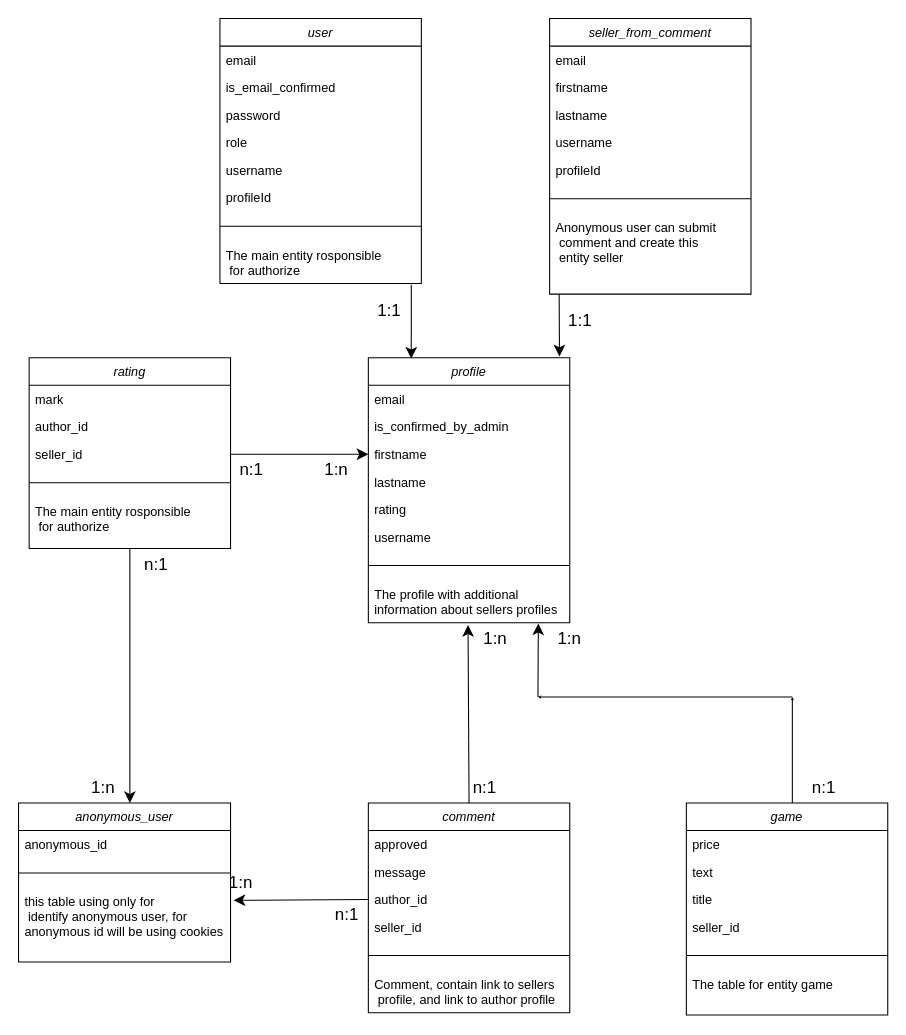
Above: database_structure.drawio in ebndrnk/leverx-final-project (draw.io), before the change. Source tidied: cells renumbered, new cells numbered last; positions are measured from the earlier drawing's top-left corner, leaving out a move shared by most shapes. Both pictures are drawn from the tidied source at 106%, with x=0, y=0 at pixel (18, 18).
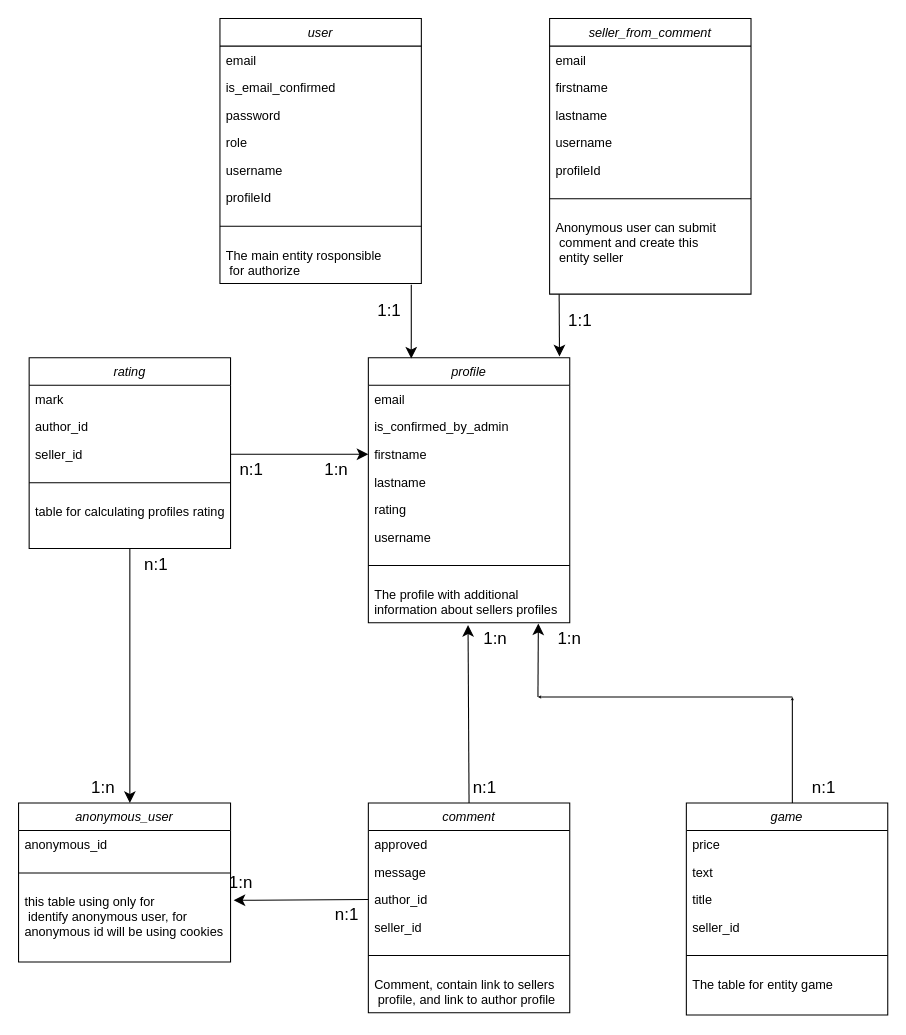
The same diagram, later.

Unchanged cells that the change refers to:
```xml
<mxCell id="61" value="rating" style="swimlane;fontStyle=2;align=center;verticalAlign=top;horizontal=1;startSize=26;rounded=0;shadow=0;strokeWidth=1;" parent="1" vertex="1">
  <mxGeometry x="10" y="320" width="190" height="180" as="geometry" />
</mxCell>
```

Diff of the diagram source:
```diff
@@
-    <mxCell id="66" value="The main entity rosponsible&#10; for authorize" style="text;align=left;verticalAlign=top;spacingLeft=4;spacingRight=4;overflow=hidden;" parent="61" vertex="1">
+    <mxCell id="66" value="table for calculating profiles rating" style="text;align=left;verticalAlign=top;spacingLeft=4;spacingRight=4;overflow=hidden;" parent="61" vertex="1">
       <mxGeometry y="132" width="190" height="40" as="geometry" />
     </mxCell>
```
